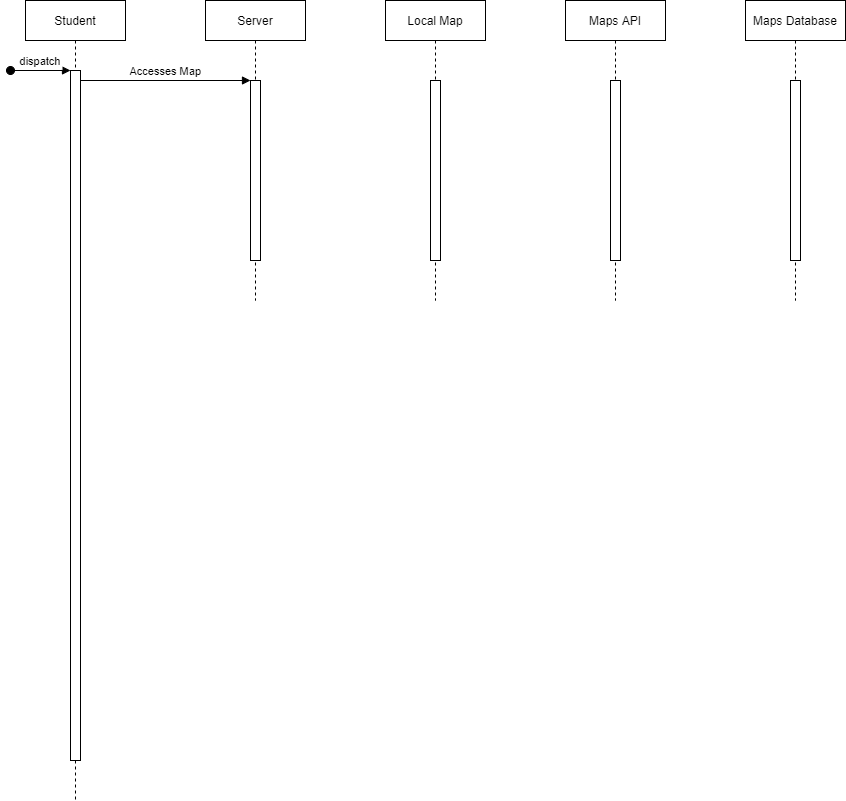
Above: Deliverables/Week_3/Use_Case/Student/Sequence Diagrams/Map.png in Hanandrof/Group-3-Repository (draw.io), before the change. Source tidied: cells renumbered, new cells last; positions are measured from the earlier drawing's top-left corner, leaving out a move shared by most shapes.
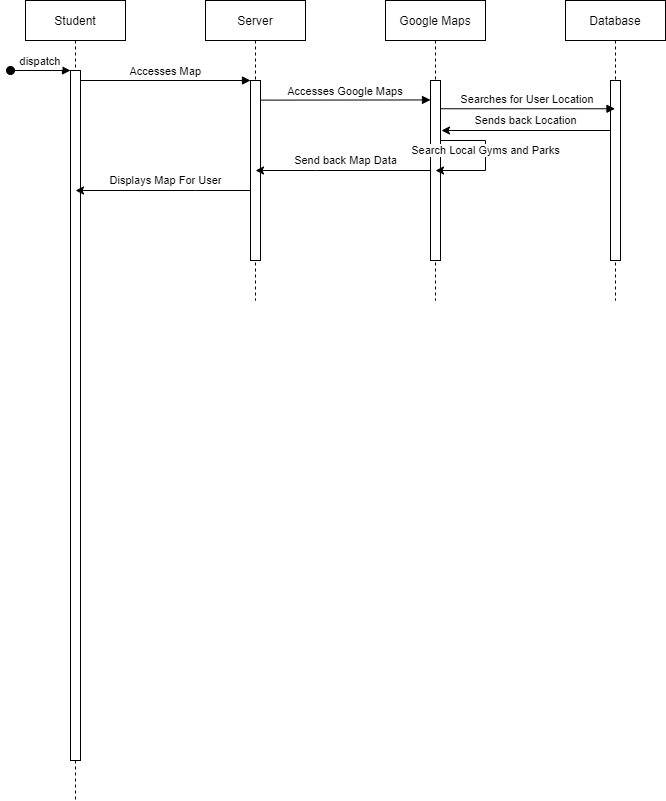
After the change.

The edit, as a diff of the source:
```diff
@@ -22,23 +22,75 @@
     <mxCell id="7" value="Accesses Map" style="verticalAlign=bottom;endArrow=block;entryX=0;entryY=0;shadow=0;strokeWidth=1;" parent="1" edge="1" source="3" target="6">
       <mxGeometry relative="1" as="geometry" />
     </mxCell>
-    <mxCell id="8" value="Maps API" style="shape=umlLifeline;perimeter=lifelinePerimeter;rounded=0;shadow=0;strokeWidth=1;" parent="1" vertex="1">
+    <mxCell id="8" value="Database" style="shape=umlLifeline;perimeter=lifelinePerimeter;rounded=0;shadow=0;strokeWidth=1;" parent="1" vertex="1">
       <mxGeometry x="555" width="100" height="300" as="geometry" />
     </mxCell>
     <mxCell id="9" style="points=[];perimeter=orthogonalPerimeter;rounded=0;shadow=0;strokeWidth=1;" parent="8" vertex="1">
       <mxGeometry x="45" y="80" width="10" height="180" as="geometry" />
     </mxCell>
-    <mxCell id="10" value="Maps Database" style="shape=umlLifeline;perimeter=lifelinePerimeter;rounded=0;shadow=0;strokeWidth=1;" parent="1" vertex="1">
-      <mxGeometry x="735" width="100" height="300" as="geometry" />
-    </mxCell>
-    <mxCell id="11" style="perimeter=orthogonalPerimeter;rounded=0;shadow=0;strokeWidth=1;" parent="10" vertex="1">
-      <mxGeometry x="45" y="80" width="10" height="180" as="geometry" />
-    </mxCell>
-    <mxCell id="12" value="Local Map" style="shape=umlLifeline;perimeter=lifelinePerimeter;rounded=0;shadow=0;strokeWidth=1;" parent="1" vertex="1">
+    <mxCell id="12" value="Google Maps" style="shape=umlLifeline;perimeter=lifelinePerimeter;rounded=0;shadow=0;strokeWidth=1;" parent="1" vertex="1">
       <mxGeometry x="375" width="100" height="300" as="geometry" />
     </mxCell>
     <mxCell id="13" style="points=[];perimeter=orthogonalPerimeter;rounded=0;shadow=0;strokeWidth=1;" parent="12" vertex="1">
       <mxGeometry x="45" y="80" width="10" height="180" as="geometry" />
     </mxCell>
+    <mxCell id="14" style="edgeStyle=orthogonalEdgeStyle;rounded=0;jettySize=auto;html=1;" parent="12" edge="1" source="13" target="12">
+      <mxGeometry relative="1" as="geometry">
+        <Array as="points">
+          <mxPoint x="100" y="140" />
+          <mxPoint x="100" y="170" />
+        </Array>
+      </mxGeometry>
+    </mxCell>
+    <mxCell id="15" value="&lt;div&gt;Search Local Gyms and Parks&lt;/div&gt;" style="edgeLabel;html=1;align=center;verticalAlign=middle;" parent="14" vertex="1">
+      <mxGeometry x="0.05" relative="1" as="geometry">
+        <mxPoint y="-10.7" as="offset" />
+      </mxGeometry>
+    </mxCell>
+    <mxCell id="16" value="Accesses Google Maps" style="verticalAlign=bottom;endArrow=block;entryX=0;entryY=0.108;shadow=0;strokeWidth=1;exitX=0.972;exitY=0.109;exitDx=0;exitDy=0;exitPerimeter=0;entryDx=0;entryDy=0;entryPerimeter=0;" parent="1" edge="1" source="6" target="13">
+      <mxGeometry relative="1" as="geometry" />
+    </mxCell>
+    <mxCell id="17" value="Searches for User Location" style="verticalAlign=bottom;endArrow=block;shadow=0;strokeWidth=1;exitX=0.981;exitY=0.157;exitDx=0;exitDy=0;exitPerimeter=0;" parent="1" edge="1" source="13" target="8">
+      <mxGeometry relative="1" as="geometry" />
+    </mxCell>
+    <mxCell id="18" style="edgeStyle=orthogonalEdgeStyle;rounded=0;jettySize=auto;html=1;" parent="1" edge="1" source="9">
+      <mxGeometry relative="1" as="geometry">
+        <mxPoint x="431" y="130" as="targetPoint" />
+        <Array as="points">
+          <mxPoint x="431" y="130" />
+        </Array>
+      </mxGeometry>
+    </mxCell>
+    <mxCell id="19" value="Sends back Location" style="edgeLabel;html=1;align=center;verticalAlign=middle;" parent="18" vertex="1">
+      <mxGeometry x="0.24" y="-2" relative="1" as="geometry">
+        <mxPoint x="19.8" y="-8" as="offset" />
+      </mxGeometry>
+    </mxCell>
+    <mxCell id="20" style="edgeStyle=orthogonalEdgeStyle;rounded=0;jettySize=auto;html=1;" parent="1" edge="1" source="13" target="5">
+      <mxGeometry relative="1" as="geometry">
+        <Array as="points">
+          <mxPoint x="305" y="170" />
+          <mxPoint x="305" y="170" />
+        </Array>
+      </mxGeometry>
+    </mxCell>
+    <mxCell id="21" value="Send back Map Data" style="edgeLabel;html=1;align=center;verticalAlign=middle;" parent="20" vertex="1">
+      <mxGeometry x="-0.1" relative="1" as="geometry">
+        <mxPoint x="-6" y="-10" as="offset" />
+      </mxGeometry>
+    </mxCell>
+    <mxCell id="22" style="edgeStyle=orthogonalEdgeStyle;rounded=0;jettySize=auto;html=1;" parent="1" edge="1" source="6" target="2">
+      <mxGeometry relative="1" as="geometry">
+        <Array as="points">
+          <mxPoint x="185" y="190" />
+          <mxPoint x="185" y="190" />
+        </Array>
+      </mxGeometry>
+    </mxCell>
+    <mxCell id="23" value="Displays Map For User" style="edgeLabel;html=1;align=center;verticalAlign=middle;" parent="22" vertex="1">
+      <mxGeometry x="0.11" y="1" relative="1" as="geometry">
+        <mxPoint x="11.7" y="-11" as="offset" />
+      </mxGeometry>
+    </mxCell>
   </root>
 </mxGraphModel>
```
